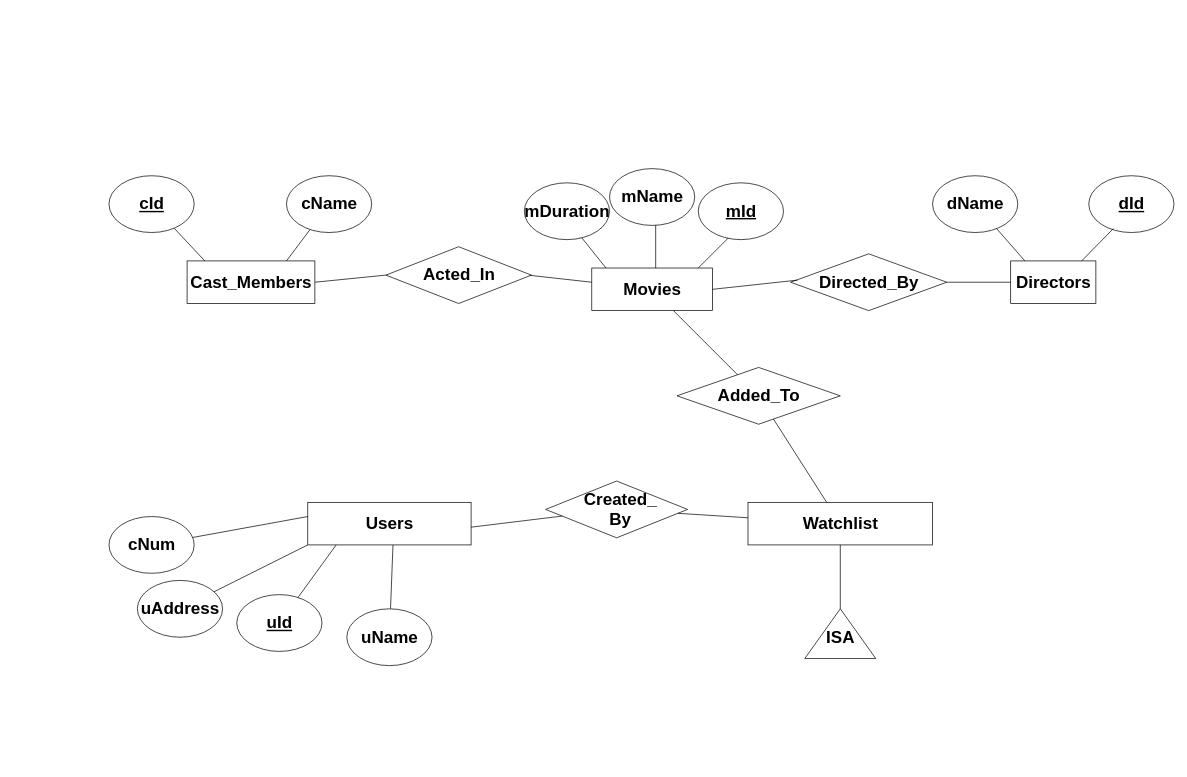
Earlier version of the draw.io diagram Untitled Diagram.drawio (swausbeard/SumaLumaDumaLama). Source tidied: cells renumbered, new cells numbered last; positions are measured from the earlier drawing's top-left corner, leaving out a move shared by most shapes. Both pictures are drawn from the tidied source at 71%, with x=0, y=0 at pixel (109, 168).
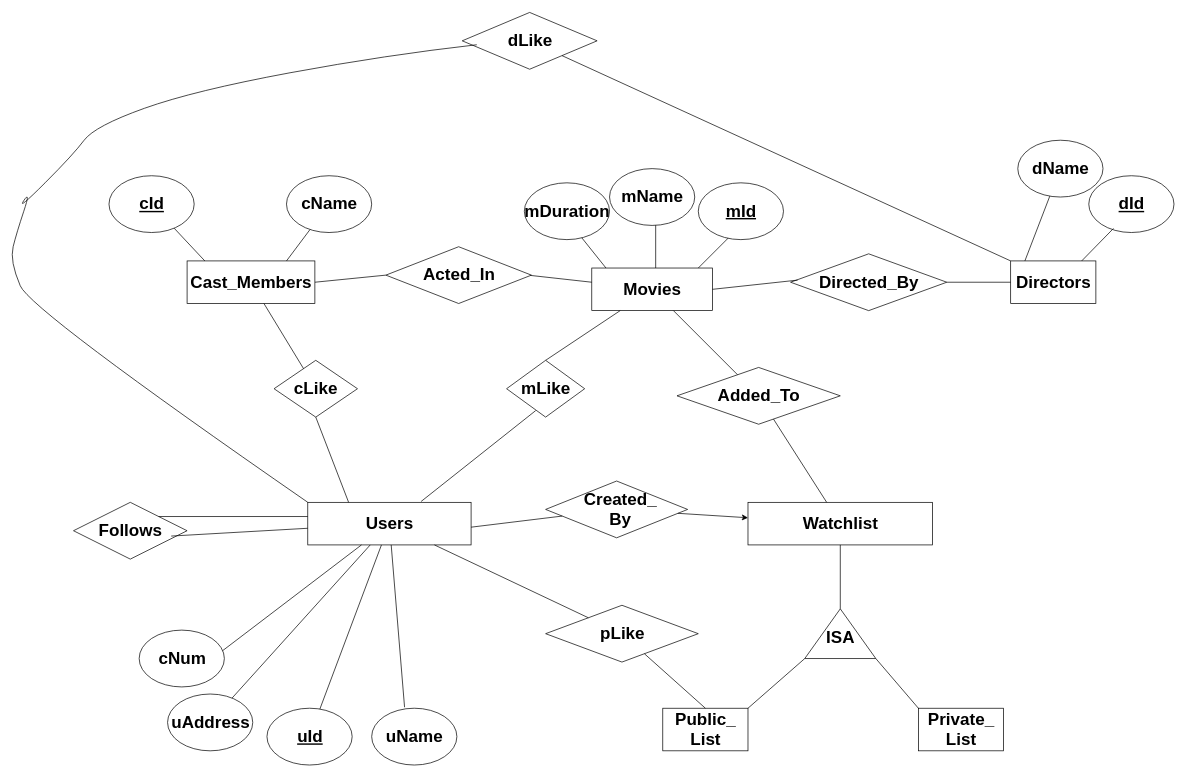
Above is the later version.

The change refers to these unchanged cells:
```xml
<mxCell id="2" style="rounded=0;whiteSpace=wrap;html=1;" parent="1" vertex="1">
  <mxGeometry x="680" y="140" width="170" height="60" as="geometry" />
</mxCell>
<mxCell id="16" style="rounded=0;whiteSpace=wrap;html=1;" parent="1" vertex="1">
  <mxGeometry x="1270" y="130" width="120" height="60" as="geometry" />
</mxCell>
<mxCell id="29" style="rounded=0;whiteSpace=wrap;html=1;" parent="1" vertex="1">
  <mxGeometry x="110" y="130" width="180" height="60" as="geometry" />
</mxCell>
<mxCell id="37" style="rounded=0;whiteSpace=wrap;html=1;" parent="1" vertex="1">
  <mxGeometry x="280" y="470" width="230" height="60" as="geometry" />
</mxCell>
<mxCell id="51" style="rounded=0;whiteSpace=wrap;html=1;" parent="1" vertex="1">
  <mxGeometry x="900" y="470" width="260" height="60" as="geometry" />
</mxCell>
<mxCell id="53" style="rhombus;whiteSpace=wrap;html=1;" parent="1" vertex="1">
  <mxGeometry x="615" y="440" width="200" height="80" as="geometry" />
</mxCell>
<mxCell id="61" style="verticalLabelPosition=bottom;verticalAlign=top;html=1;shape=mxgraph.basic.acute_triangle;dx=0.5;" parent="1" vertex="1">
  <mxGeometry x="980" y="620" width="100" height="70" as="geometry" />
</mxCell>
```

What changed in the source:
```diff
@@
+    <mxCell id="64" style="rhombus;whiteSpace=wrap;html=1;" parent="1" vertex="1">
+      <mxGeometry x="497.5" y="-220" width="190" height="80" as="geometry" />
+    </mxCell>
@@
     <mxCell id="19" style="ellipse;whiteSpace=wrap;html=1;" parent="1" vertex="1">
-      <mxGeometry x="1160" y="10" width="120" height="80" as="geometry" />
+      <mxGeometry x="1280" y="-40" width="120" height="80" as="geometry" />
     </mxCell>
     <mxCell id="20" value="dName" style="text;strokeColor=none;fillColor=none;html=1;fontSize=24;fontStyle=1;verticalAlign=middle;align=center;" parent="1" vertex="1">
-      <mxGeometry x="1170" y="30" width="100" height="40" as="geometry" />
+      <mxGeometry x="1290" y="-20" width="100" height="40" as="geometry" />
     </mxCell>
@@
-    <mxCell id="39" style="endArrow=none;html=1;rounded=0;" parent="1" edge="1" source="41">
-      <mxGeometry relative="1" as="geometry">
-        <mxPoint x="320" y="530" as="targetPoint" />
-      </mxGeometry>
+    <mxCell id="39" style="endArrow=none;html=1;rounded=0;" parent="1" edge="1" source="41" target="37">
+      <mxGeometry relative="1" as="geometry" />
     </mxCell>
-    <mxCell id="40" style="endArrow=none;html=1;rounded=0;" parent="1" edge="1" target="43">
-      <mxGeometry relative="1" as="geometry">
-        <mxPoint x="400" y="530" as="sourcePoint" />
-      </mxGeometry>
+    <mxCell id="40" style="endArrow=none;html=1;rounded=0;entryX=0.386;entryY=-0.017;entryDx=0;entryDy=0;entryPerimeter=0;" parent="1" edge="1" source="37" target="43">
+      <mxGeometry relative="1" as="geometry" />
     </mxCell>
     <mxCell id="41" style="ellipse;whiteSpace=wrap;html=1;" parent="1" vertex="1">
-      <mxGeometry x="180" y="600" width="120" height="80" as="geometry" />
+      <mxGeometry x="222.5" y="760" width="120" height="80" as="geometry" />
     </mxCell>
     <mxCell id="42" value="&lt;u&gt;uId&lt;/u&gt;" style="text;strokeColor=none;fillColor=none;html=1;fontSize=24;fontStyle=1;verticalAlign=middle;align=center;" parent="1" vertex="1">
-      <mxGeometry x="190" y="620" width="100" height="40" as="geometry" />
+      <mxGeometry x="232.5" y="780" width="100" height="40" as="geometry" />
     </mxCell>
     <mxCell id="43" style="ellipse;whiteSpace=wrap;html=1;" parent="1" vertex="1">
-      <mxGeometry x="335" y="620" width="120" height="80" as="geometry" />
+      <mxGeometry x="370" y="760" width="120" height="80" as="geometry" />
     </mxCell>
     <mxCell id="44" value="uName" style="text;strokeColor=none;fillColor=none;html=1;fontSize=24;fontStyle=1;verticalAlign=middle;align=center;" parent="1" vertex="1">
-      <mxGeometry x="345" y="640" width="100" height="40" as="geometry" />
+      <mxGeometry x="380" y="780" width="100" height="40" as="geometry" />
     </mxCell>
     <mxCell id="45" style="ellipse;whiteSpace=wrap;html=1;" parent="1" vertex="1">
-      <mxGeometry y="490" width="120" height="80" as="geometry" />
+      <mxGeometry x="42.5" y="650" width="120" height="80" as="geometry" />
     </mxCell>
     <mxCell id="46" value="cNum" style="text;strokeColor=none;fillColor=none;html=1;fontSize=24;fontStyle=1;verticalAlign=middle;align=center;" parent="1" vertex="1">
-      <mxGeometry x="10" y="510" width="100" height="40" as="geometry" />
+      <mxGeometry x="52.5" y="670" width="100" height="40" as="geometry" />
     </mxCell>
-    <mxCell id="47" style="endArrow=none;html=1;rounded=0;" parent="1" edge="1" source="45">
+    <mxCell id="47" style="endArrow=none;html=1;rounded=0;" parent="1" edge="1" target="37">
       <mxGeometry relative="1" as="geometry">
-        <mxPoint x="280" y="490" as="targetPoint" />
+        <mxPoint x="160" y="679" as="sourcePoint" />
       </mxGeometry>
     </mxCell>
     <mxCell id="48" style="ellipse;whiteSpace=wrap;html=1;" parent="1" vertex="1">
-      <mxGeometry x="40" y="580" width="120" height="80" as="geometry" />
+      <mxGeometry x="82.5" y="740" width="120" height="80" as="geometry" />
     </mxCell>
     <mxCell id="49" value="uAddress" style="text;strokeColor=none;fillColor=none;html=1;fontSize=24;fontStyle=1;verticalAlign=middle;align=center;" parent="1" vertex="1">
-      <mxGeometry x="50" y="600" width="100" height="40" as="geometry" />
+      <mxGeometry x="92.5" y="760" width="100" height="40" as="geometry" />
     </mxCell>
-    <mxCell id="50" style="endArrow=none;html=1;rounded=0;" parent="1" edge="1" source="48">
-      <mxGeometry relative="1" as="geometry">
-        <mxPoint x="280" y="530" as="targetPoint" />
-      </mxGeometry>
+    <mxCell id="50" style="endArrow=none;html=1;rounded=0;" parent="1" edge="1" source="48" target="37">
+      <mxGeometry relative="1" as="geometry" />
     </mxCell>
@@
-    <mxCell id="56" style="endArrow=none;html=1;rounded=0;" parent="1" edge="1" source="53" target="51">
-      <mxGeometry relative="1" as="geometry" />
-    </mxCell>
@@
+    <mxCell id="56" style="endArrow=classic;html=1;rounded=0;" parent="1" edge="1" source="53" target="51">
+      <mxGeometry relative="1" as="geometry" />
+    </mxCell>
+    <mxCell id="65" style="rounded=0;whiteSpace=wrap;html=1;" parent="1" vertex="1">
+      <mxGeometry x="780" y="760" width="120" height="60" as="geometry" />
+    </mxCell>
+    <mxCell id="66" value="Public_&lt;div&gt;List&lt;/div&gt;" style="text;strokeColor=none;fillColor=none;html=1;fontSize=24;fontStyle=1;verticalAlign=middle;align=center;" parent="1" vertex="1">
+      <mxGeometry x="790" y="770" width="100" height="40" as="geometry" />
+    </mxCell>
+    <mxCell id="67" style="rounded=0;whiteSpace=wrap;html=1;" parent="1" vertex="1">
+      <mxGeometry x="1140" y="760" width="120" height="60" as="geometry" />
+    </mxCell>
+    <mxCell id="68" value="Private_&lt;br&gt;List" style="text;strokeColor=none;fillColor=none;html=1;fontSize=24;fontStyle=1;verticalAlign=middle;align=center;" parent="1" vertex="1">
+      <mxGeometry x="1150" y="770" width="100" height="40" as="geometry" />
+    </mxCell>
+    <mxCell id="69" style="endArrow=none;html=1;rounded=0;entryX=0;entryY=1;entryDx=0;entryDy=0;entryPerimeter=0;exitX=1;exitY=0;exitDx=0;exitDy=0;" parent="1" edge="1" source="65" target="61">
+      <mxGeometry relative="1" as="geometry" />
+    </mxCell>
+    <mxCell id="70" style="endArrow=none;html=1;rounded=0;exitX=0;exitY=0;exitDx=0;exitDy=0;entryX=1;entryY=1;entryDx=0;entryDy=0;entryPerimeter=0;" parent="1" edge="1" source="67" target="61">
+      <mxGeometry relative="1" as="geometry" />
+    </mxCell>
+    <mxCell id="71" style="rhombus;whiteSpace=wrap;html=1;" parent="1" vertex="1">
+      <mxGeometry x="-50" y="470" width="160" height="80" as="geometry" />
+    </mxCell>
+    <mxCell id="72" value="Follows" style="text;strokeColor=none;fillColor=none;html=1;fontSize=24;fontStyle=1;verticalAlign=middle;align=center;" parent="1" vertex="1">
+      <mxGeometry x="-20" y="490" width="100" height="40" as="geometry" />
+    </mxCell>
+    <mxCell id="73" style="endArrow=none;html=1;rounded=0;entryX=1;entryY=0;entryDx=0;entryDy=0;" parent="1" edge="1" target="71">
+      <mxGeometry relative="1" as="geometry">
+        <mxPoint x="280" y="490" as="sourcePoint" />
+      </mxGeometry>
+    </mxCell>
+    <mxCell id="74" style="endArrow=none;html=1;rounded=0;entryX=0.86;entryY=0.594;entryDx=0;entryDy=0;entryPerimeter=0;" parent="1" edge="1" source="37" target="71">
+      <mxGeometry relative="1" as="geometry" />
+    </mxCell>
+    <mxCell id="75" style="rhombus;whiteSpace=wrap;html=1;" parent="1" vertex="1">
+      <mxGeometry x="232.5" y="270" width="117.5" height="80" as="geometry" />
+    </mxCell>
+    <mxCell id="76" style="rhombus;whiteSpace=wrap;html=1;" parent="1" vertex="1">
+      <mxGeometry x="560" y="270" width="110" height="80" as="geometry" />
+    </mxCell>
+    <mxCell id="77" value="cLike" style="text;strokeColor=none;fillColor=none;html=1;fontSize=24;fontStyle=1;verticalAlign=middle;align=center;" parent="1" vertex="1">
+      <mxGeometry x="241.2" y="290" width="100" height="40" as="geometry" />
+    </mxCell>
+    <mxCell id="78" value="mLike" style="text;strokeColor=none;fillColor=none;html=1;fontSize=24;fontStyle=1;verticalAlign=middle;align=center;" parent="1" vertex="1">
+      <mxGeometry x="565" y="290" width="100" height="40" as="geometry" />
+    </mxCell>
+    <mxCell id="79" value="dLike" style="text;strokeColor=none;fillColor=none;html=1;fontSize=24;fontStyle=1;verticalAlign=middle;align=center;" parent="1" vertex="1">
+      <mxGeometry x="542.5" y="-200" width="100" height="40" as="geometry" />
+    </mxCell>
+    <mxCell id="80" style="endArrow=none;html=1;rounded=0;entryX=0.5;entryY=1;entryDx=0;entryDy=0;exitX=0.25;exitY=0;exitDx=0;exitDy=0;" parent="1" edge="1" source="37" target="75">
+      <mxGeometry relative="1" as="geometry" />
+    </mxCell>
+    <mxCell id="81" style="endArrow=none;html=1;rounded=0;" parent="1" edge="1" source="75" target="29">
+      <mxGeometry relative="1" as="geometry" />
+    </mxCell>
+    <mxCell id="82" style="endArrow=none;html=1;rounded=0;exitX=0.694;exitY=-0.02;exitDx=0;exitDy=0;exitPerimeter=0;entryX=0.373;entryY=0.885;entryDx=0;entryDy=0;entryPerimeter=0;" parent="1" edge="1" source="37" target="76">
+      <mxGeometry relative="1" as="geometry" />
+    </mxCell>
+    <mxCell id="83" style="endArrow=none;html=1;rounded=0;exitX=0.5;exitY=0;exitDx=0;exitDy=0;" parent="1" edge="1" source="76" target="2">
+      <mxGeometry relative="1" as="geometry" />
+    </mxCell>
+    <mxCell id="84" style="curved=1;endArrow=none;html=1;rounded=0;entryX=0.108;entryY=0.569;entryDx=0;entryDy=0;entryPerimeter=0;startFill=0;" parent="1" edge="1" target="64">
+      <mxGeometry relative="1" as="geometry">
+        <mxPoint x="280" y="470" as="sourcePoint" />
+        <Array as="points">
+          <mxPoint x="-110" y="200" />
+          <mxPoint x="-140" y="130" />
+          <mxPoint x="-130" y="90" />
+          <mxPoint x="-110" y="30" />
+          <mxPoint x="-130" y="60" />
+          <mxPoint x="-50" y="-20" />
+          <mxPoint x="-20" y="-60" />
+          <mxPoint x="120" y="-110" />
+          <mxPoint x="390" y="-160" />
+        </Array>
+      </mxGeometry>
+    </mxCell>
+    <mxCell id="85" style="endArrow=none;html=1;rounded=0;entryX=0;entryY=0;entryDx=0;entryDy=0;" parent="1" edge="1" source="64" target="16">
+      <mxGeometry relative="1" as="geometry" />
+    </mxCell>
+    <mxCell id="86" style="rhombus;whiteSpace=wrap;html=1;" parent="1" vertex="1">
+      <mxGeometry x="615" y="615" width="215" height="80" as="geometry" />
+    </mxCell>
+    <mxCell id="87" value="pLike" style="text;strokeColor=none;fillColor=none;html=1;fontSize=24;fontStyle=1;verticalAlign=middle;align=center;" parent="1" vertex="1">
+      <mxGeometry x="672.5" y="635" width="100" height="40" as="geometry" />
+    </mxCell>
+    <mxCell id="88" style="endArrow=none;html=1;rounded=0;" parent="1" edge="1" source="37" target="86">
+      <mxGeometry relative="1" as="geometry" />
+    </mxCell>
+    <mxCell id="89" style="endArrow=none;html=1;rounded=0;exitX=0.5;exitY=0;exitDx=0;exitDy=0;" parent="1" edge="1" source="65" target="86">
+      <mxGeometry relative="1" as="geometry" />
+    </mxCell>
```
